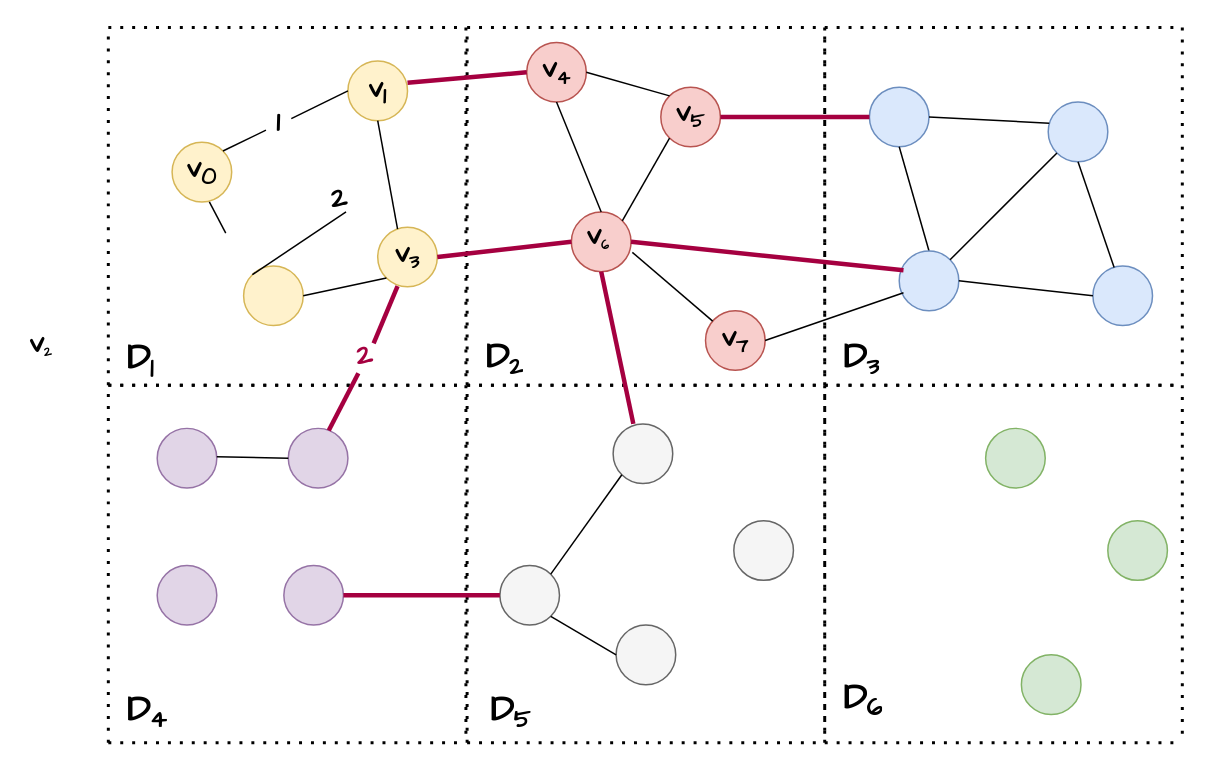
Before: 未命名绘图.drawio in coldbubbletea/World-of-Warcraft--Non-graphical-interface-CPP-game, a draw.io diagram. Source tidied: cells renumbered, new cells numbered last; positions are measured from the earlier drawing's top-left corner, leaving out a move shared by most shapes. Both pictures are drawn from the tidied source at 149%, with x=0, y=0 at pixel (25, 27).
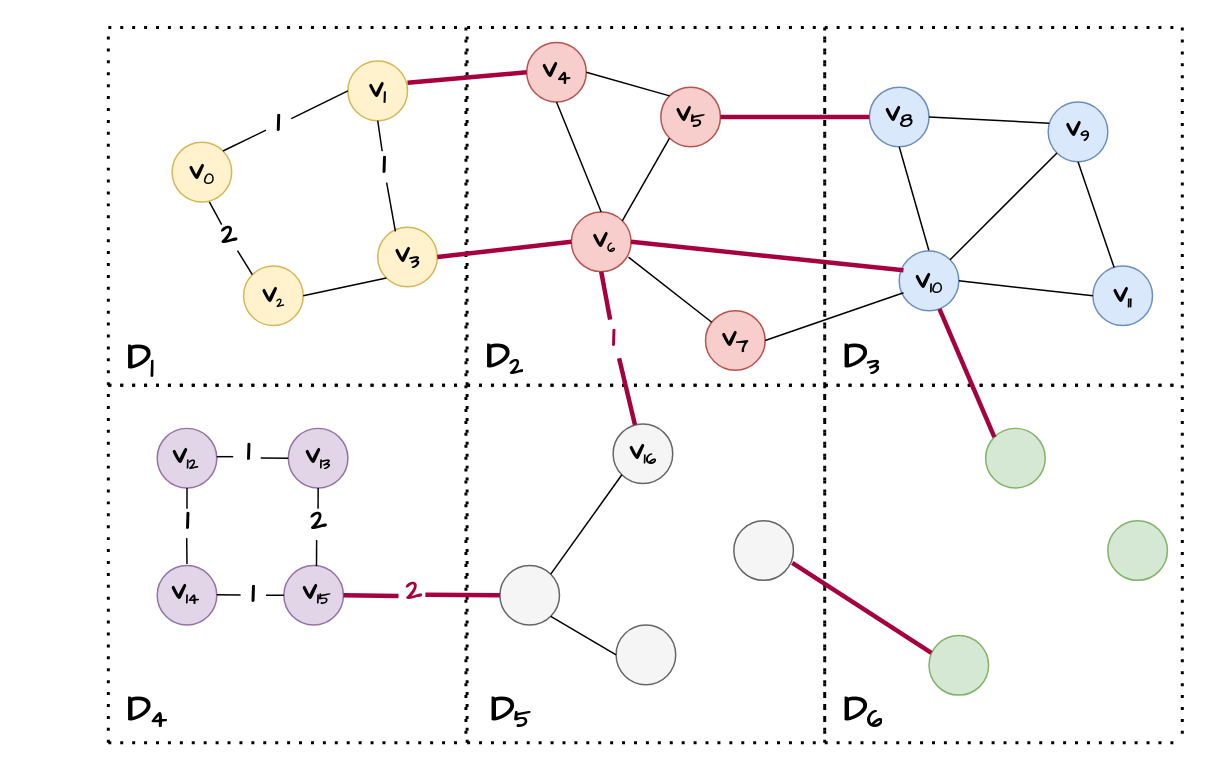
After the change.

Commit message (it also covers changes not shown here):
更新未命名绘图.drawio

Unchanged cells that the change refers to:
```xml
<mxCell id="2" style="ellipse;whiteSpace=wrap;html=1;fillColor=#fff2cc;strokeColor=#d6b656;" parent="1" vertex="1">
  <mxGeometry x="146" y="160" width="40" height="40" as="geometry" />
</mxCell>
<mxCell id="12" style="ellipse;whiteSpace=wrap;html=1;fillColor=#f8cecc;strokeColor=#b85450;" parent="1" vertex="1">
  <mxGeometry x="366" y="123.8" width="40" height="40" as="geometry" />
</mxCell>
<mxCell id="14" style="ellipse;whiteSpace=wrap;html=1;fillColor=#f8cecc;strokeColor=#b85450;" parent="1" vertex="1">
  <mxGeometry x="456" y="190" width="40" height="40" as="geometry" />
</mxCell>
<mxCell id="48" style="ellipse;whiteSpace=wrap;html=1;fillColor=#fff2cc;strokeColor=#d6b656;" parent="1" vertex="1">
  <mxGeometry x="98" y="77" width="40" height="40" as="geometry" />
</mxCell>
<mxCell id="49" style="ellipse;whiteSpace=wrap;html=1;fillColor=#fff2cc;strokeColor=#d6b656;" parent="1" vertex="1">
  <mxGeometry x="216" y="22.5" width="40" height="40" as="geometry" />
</mxCell>
<mxCell id="50" style="ellipse;whiteSpace=wrap;html=1;fillColor=#fff2cc;strokeColor=#d6b656;" parent="1" vertex="1">
  <mxGeometry x="236" y="134" width="40" height="40" as="geometry" />
</mxCell>
<mxCell id="69" style="ellipse;whiteSpace=wrap;html=1;fillColor=#e1d5e7;strokeColor=#9673a6;" parent="1" vertex="1">
  <mxGeometry x="176" y="269" width="40" height="40" as="geometry" />
</mxCell>
<mxCell id="71" style="ellipse;whiteSpace=wrap;html=1;fillColor=#e1d5e7;strokeColor=#9673a6;" parent="1" vertex="1">
  <mxGeometry x="173" y="361" width="40" height="40" as="geometry" />
</mxCell>
<mxCell id="73" style="ellipse;whiteSpace=wrap;html=1;fillColor=#f5f5f5;strokeColor=#666666;fontColor=#333333;" parent="1" vertex="1">
  <mxGeometry x="475" y="331" width="40" height="40" as="geometry" />
</mxCell>
<mxCell id="74" style="ellipse;whiteSpace=wrap;html=1;fillColor=#f5f5f5;strokeColor=#666666;fontColor=#333333;" parent="1" vertex="1">
  <mxGeometry x="394" y="266" width="40" height="40" as="geometry" />
</mxCell>
<mxCell id="76" style="ellipse;whiteSpace=wrap;html=1;fillColor=#f5f5f5;strokeColor=#666666;fontColor=#333333;" parent="1" vertex="1">
  <mxGeometry x="318" y="361" width="40" height="40" as="geometry" />
</mxCell>
<mxCell id="81" style="ellipse;whiteSpace=wrap;html=1;fillColor=#d5e8d4;strokeColor=#82b366;" parent="1" vertex="1">
  <mxGeometry x="644" y="269" width="40" height="40" as="geometry" />
</mxCell>
```

Change to the diagram source:
```diff
@@
-    <mxCell id="17" style="endArrow=none;html=1;rounded=0;entryX=1.022;entryY=0.676;entryDx=0;entryDy=0;entryPerimeter=0;" parent="1" edge="1" source="14" target="12">
+    <mxCell id="17" style="endArrow=none;html=1;rounded=0;entryX=0.957;entryY=0.757;entryDx=0;entryDy=0;entryPerimeter=0;" parent="1" edge="1" source="14" target="12">
       <mxGeometry relative="1" as="geometry" />
     </mxCell>
@@
     <mxCell id="46" value="&lt;h2 style=&quot;&quot;&gt;&lt;font face=&quot;Comic Sans MS&quot;&gt;&lt;font style=&quot;font-size: 19px;&quot;&gt;v&lt;/font&gt;&lt;font size=&quot;1&quot; style=&quot;&quot;&gt;&lt;sub&gt;6&lt;/sub&gt;&lt;/font&gt;&lt;/font&gt;&lt;/h2&gt;" style="text;html=1;strokeColor=none;fillColor=none;align=center;verticalAlign=middle;whiteSpace=wrap;rounded=0;" parent="1" vertex="1">
-      <mxGeometry x="374" y="132.5" width="20" height="17.5" as="geometry" />
+      <mxGeometry x="378" y="134" width="20" height="17.5" as="geometry" />
     </mxCell>
@@
-    <mxCell id="51" style="endArrow=none;html=1;rounded=0;entryX=0.625;entryY=1;entryDx=0;entryDy=0;entryPerimeter=0;" parent="1" edge="1" target="48">
-      <mxGeometry relative="1" as="geometry">
-        <mxPoint x="134" y="138" as="sourcePoint" />
-      </mxGeometry>
+    <mxCell id="51" style="endArrow=none;html=1;rounded=0;entryX=0.625;entryY=1;entryDx=0;entryDy=0;entryPerimeter=0;exitX=0.193;exitY=-0.016;exitDx=0;exitDy=0;exitPerimeter=0;" parent="1" edge="1" source="91" target="48">
+      <mxGeometry relative="1" as="geometry" />
     </mxCell>
@@
-    <mxCell id="53" value="&lt;h2 style=&quot;font-size: 19px;&quot;&gt;&lt;font face=&quot;comic sans ms&quot; style=&quot;font-size: 19px;&quot;&gt;v&lt;sub&gt;0&lt;/sub&gt;&lt;/font&gt;&lt;/h2&gt;" style="text;html=1;strokeColor=none;fillColor=none;align=center;verticalAlign=middle;whiteSpace=wrap;rounded=0;" parent="1" vertex="1">
+    <mxCell id="53" value="&lt;h2 style=&quot;&quot;&gt;&lt;font face=&quot;comic sans ms&quot; style=&quot;font-size: 19px;&quot;&gt;v&lt;/font&gt;&lt;font face=&quot;comic sans ms&quot; style=&quot;font-size: 13.1944px;&quot;&gt;&lt;sub&gt;0&lt;/sub&gt;&lt;/font&gt;&lt;/h2&gt;" style="text;html=1;strokeColor=none;fillColor=none;align=center;verticalAlign=middle;whiteSpace=wrap;rounded=0;" parent="1" vertex="1">
       <mxGeometry x="108" y="88.2" width="20" height="17.5" as="geometry" />
     </mxCell>
     <mxCell id="54" value="&lt;h2 style=&quot;&quot;&gt;&lt;font face=&quot;Comic Sans MS&quot;&gt;&lt;font style=&quot;font-size: 19px;&quot;&gt;v&lt;/font&gt;&lt;font style=&quot;font-size: 10.9953px;&quot;&gt;&lt;sub style=&quot;&quot;&gt;2&lt;/sub&gt;&lt;/font&gt;&lt;/font&gt;&lt;/h2&gt;" style="text;html=1;strokeColor=none;fillColor=none;align=center;verticalAlign=middle;whiteSpace=wrap;rounded=0;" parent="1" vertex="1">
-      <mxGeometry y="204" width="20" height="17.5" as="geometry" />
+      <mxGeometry x="156" y="171.2" width="20" height="17.5" as="geometry" />
     </mxCell>
-    <mxCell id="55" value="&lt;h2 style=&quot;font-size: 19px;&quot;&gt;&lt;font style=&quot;font-size: 19px;&quot;&gt;v&lt;sub style=&quot;&quot;&gt;1&lt;/sub&gt;&lt;/font&gt;&lt;/h2&gt;" style="text;html=1;strokeColor=none;fillColor=none;align=center;verticalAlign=middle;whiteSpace=wrap;rounded=0;fontFamily=Comic Sans MS;" parent="1" vertex="1">
+    <mxCell id="55" value="&lt;h2 style=&quot;&quot;&gt;&lt;font style=&quot;font-size: 19px;&quot;&gt;v&lt;/font&gt;&lt;font style=&quot;font-size: 15.8333px;&quot;&gt;&lt;sub&gt;1&lt;/sub&gt;&lt;/font&gt;&lt;/h2&gt;" style="text;html=1;strokeColor=none;fillColor=none;align=center;verticalAlign=middle;whiteSpace=wrap;rounded=0;fontFamily=Comic Sans MS;" parent="1" vertex="1">
       <mxGeometry x="226" y="33.8" width="20" height="17.5" as="geometry" />
     </mxCell>
@@
     <mxCell id="61" value="&lt;h1&gt;&lt;font face=&quot;Comic Sans MS&quot;&gt;D&lt;span style=&quot;font-size: 20px;&quot;&gt;&lt;sub&gt;6&lt;/sub&gt;&lt;/span&gt;&lt;/font&gt;&lt;/h1&gt;&lt;p&gt;&lt;br&gt;&lt;/p&gt;" style="text;html=1;strokeColor=none;fillColor=none;spacing=5;spacingTop=-20;whiteSpace=wrap;overflow=hidden;rounded=0;" parent="1" vertex="1">
-      <mxGeometry x="544" y="429" width="49" height="44" as="geometry" />
+      <mxGeometry x="544" y="437" width="49" height="44" as="geometry" />
     </mxCell>
@@
-    <mxCell id="65" style="endArrow=none;html=1;rounded=0;entryX=0.5;entryY=1;entryDx=0;entryDy=0;exitX=0.333;exitY=0.032;exitDx=0;exitDy=0;exitPerimeter=0;" parent="1" edge="1" source="50" target="49">
-      <mxGeometry relative="1" as="geometry" />
+    <mxCell id="65" style="endArrow=none;html=1;rounded=0;entryX=0.5;entryY=1;entryDx=0;entryDy=0;" parent="1" edge="1" target="49">
+      <mxGeometry relative="1" as="geometry">
+        <mxPoint x="239" y="83" as="sourcePoint" />
+      </mxGeometry>
     </mxCell>
@@
-    <mxCell id="77" style="endArrow=none;html=1;rounded=0;strokeWidth=3;fillColor=#d80073;strokeColor=#A50040;exitX=0.339;exitY=-0.001;exitDx=0;exitDy=0;exitPerimeter=0;entryX=0.5;entryY=1;entryDx=0;entryDy=0;" parent="1" edge="1" source="74" target="12">
-      <mxGeometry relative="1" as="geometry" />
+    <mxCell id="77" style="endArrow=none;html=1;rounded=0;strokeWidth=3;fillColor=#d80073;strokeColor=#A50040;entryX=0.5;entryY=1;entryDx=0;entryDy=0;" parent="1" edge="1" target="12">
+      <mxGeometry relative="1" as="geometry">
+        <mxPoint x="392" y="196" as="sourcePoint" />
+      </mxGeometry>
     </mxCell>
@@
     <mxCell id="82" style="ellipse;whiteSpace=wrap;html=1;fillColor=#d5e8d4;strokeColor=#82b366;" parent="1" vertex="1">
-      <mxGeometry x="668" y="421" width="40" height="40" as="geometry" />
+      <mxGeometry x="606" y="408" width="40" height="40" as="geometry" />
     </mxCell>
@@
-    <mxCell id="84" style="endArrow=none;html=1;rounded=0;exitX=1;exitY=0.5;exitDx=0;exitDy=0;strokeWidth=3;fillColor=#d80073;strokeColor=#A50040;entryX=0;entryY=0.5;entryDx=0;entryDy=0;" parent="1" edge="1" source="71" target="76">
+    <mxCell id="84" style="endArrow=none;html=1;rounded=0;exitX=1;exitY=0.5;exitDx=0;exitDy=0;strokeWidth=3;fillColor=#d80073;strokeColor=#A50040;entryX=0.041;entryY=0.625;entryDx=0;entryDy=0;entryPerimeter=0;" parent="1" edge="1" source="71" target="89">
       <mxGeometry relative="1" as="geometry" />
     </mxCell>
@@
-    <mxCell id="86" style="endArrow=none;html=1;rounded=0;entryX=1;entryY=0.5;entryDx=0;entryDy=0;exitX=0;exitY=0.5;exitDx=0;exitDy=0;" parent="1" edge="1" source="69">
+    <mxCell id="86" style="endArrow=none;html=1;rounded=0;entryX=1;entryY=0.5;entryDx=0;entryDy=0;" parent="1" edge="1">
       <mxGeometry relative="1" as="geometry">
+        <mxPoint x="139" y="288" as="sourcePoint" />
         <mxPoint x="128" y="288" as="targetPoint" />
       </mxGeometry>
     </mxCell>
@@
-    <mxCell id="88" style="endArrow=none;html=1;rounded=0;exitX=0.678;exitY=0.035;exitDx=0;exitDy=0;strokeWidth=3;fillColor=#d80073;strokeColor=#A50040;exitPerimeter=0;" parent="1" edge="1" source="69">
-      <mxGeometry relative="1" as="geometry">
-        <mxPoint x="223" y="232" as="targetPoint" />
-      </mxGeometry>
-    </mxCell>
-    <mxCell id="89" value="&lt;font color=&quot;#a50040&quot; style=&quot;font-size: 19px;&quot; face=&quot;Comic Sans MS&quot;&gt;&lt;b&gt;2&lt;/b&gt;&lt;/font&gt;" style="text;html=1;strokeColor=none;fillColor=none;align=center;verticalAlign=middle;whiteSpace=wrap;rounded=0;" parent="1" vertex="1">
-      <mxGeometry x="216" y="212" width="23" height="18" as="geometry" />
-    </mxCell>
-    <mxCell id="90" style="endArrow=none;html=1;rounded=0;exitX=0.75;exitY=0;exitDx=0;exitDy=0;strokeWidth=3;fillColor=#d80073;strokeColor=#A50040;entryX=0.333;entryY=0.988;entryDx=0;entryDy=0;entryPerimeter=0;" parent="1" edge="1" source="89" target="50">
-      <mxGeometry relative="1" as="geometry" />
-    </mxCell>
     <mxCell id="91" value="&lt;font size=&quot;1&quot; face=&quot;Comic Sans MS&quot;&gt;&lt;b style=&quot;font-size: 19px;&quot;&gt;2&lt;/b&gt;&lt;/font&gt;" style="text;html=1;strokeColor=none;fillColor=none;align=center;verticalAlign=middle;whiteSpace=wrap;rounded=0;" parent="1" vertex="1">
-      <mxGeometry x="202" y="109.2" width="17" height="14.5" as="geometry" />
+      <mxGeometry x="128" y="132.5" width="17" height="14.5" as="geometry" />
     </mxCell>
-    <mxCell id="92" style="endArrow=none;html=1;rounded=0;exitX=0.75;exitY=1;exitDx=0;exitDy=0;entryX=0;entryY=0;entryDx=0;entryDy=0;" parent="1" edge="1" source="91" target="2">
+    <mxCell id="92" style="endArrow=none;html=1;rounded=0;exitX=0.815;exitY=1.183;exitDx=0;exitDy=0;entryX=0;entryY=0;entryDx=0;entryDy=0;exitPerimeter=0;" parent="1" edge="1" source="91" target="2">
       <mxGeometry relative="1" as="geometry" />
     </mxCell>
+    <mxCell id="93" style="endArrow=none;html=1;rounded=0;entryX=0.5;entryY=1;entryDx=0;entryDy=0;exitX=0.499;exitY=-0.146;exitDx=0;exitDy=0;exitPerimeter=0;" parent="1" edge="1" source="94" target="69">
+      <mxGeometry relative="1" as="geometry" />
+    </mxCell>
+    <mxCell id="94" value="&lt;font size=&quot;1&quot; face=&quot;Comic Sans MS&quot;&gt;&lt;b style=&quot;font-size: 19px;&quot;&gt;2&lt;/b&gt;&lt;/font&gt;" style="text;html=1;strokeColor=none;fillColor=none;align=center;verticalAlign=middle;whiteSpace=wrap;rounded=0;" parent="1" vertex="1">
+      <mxGeometry x="187.5" y="325" width="17" height="14.5" as="geometry" />
+    </mxCell>
+    <mxCell id="95" style="endArrow=none;html=1;rounded=0;exitX=0.548;exitY=0.01;exitDx=0;exitDy=0;exitPerimeter=0;" parent="1" edge="1" source="71">
+      <mxGeometry relative="1" as="geometry">
+        <mxPoint x="195" y="344" as="targetPoint" />
+      </mxGeometry>
+    </mxCell>
+    <mxCell id="96" value="&lt;font size=&quot;1&quot; face=&quot;Comic Sans MS&quot;&gt;&lt;b style=&quot;font-size: 19px;&quot;&gt;1&lt;/b&gt;&lt;/font&gt;" style="text;html=1;strokeColor=none;fillColor=none;align=center;verticalAlign=middle;whiteSpace=wrap;rounded=0;" parent="1" vertex="1">
+      <mxGeometry x="141" y="278.8" width="17" height="14.5" as="geometry" />
+    </mxCell>
+    <mxCell id="97" style="endArrow=none;html=1;rounded=0;entryX=1;entryY=0.5;entryDx=0;entryDy=0;" parent="1" edge="1" source="99">
+      <mxGeometry relative="1" as="geometry">
+        <mxPoint x="128" y="380.6" as="targetPoint" />
+      </mxGeometry>
+    </mxCell>
+    <mxCell id="98" style="endArrow=none;html=1;rounded=0;entryX=1;entryY=0.5;entryDx=0;entryDy=0;exitX=0;exitY=0.5;exitDx=0;exitDy=0;" parent="1" edge="1" source="71" target="99">
+      <mxGeometry relative="1" as="geometry" />
+    </mxCell>
+    <mxCell id="99" value="&lt;font size=&quot;1&quot; face=&quot;Comic Sans MS&quot;&gt;&lt;b style=&quot;font-size: 19px;&quot;&gt;1&lt;/b&gt;&lt;/font&gt;" style="text;html=1;strokeColor=none;fillColor=none;align=center;verticalAlign=middle;whiteSpace=wrap;rounded=0;" parent="1" vertex="1">
+      <mxGeometry x="144" y="373.8" width="17" height="14.5" as="geometry" />
+    </mxCell>
+    <mxCell id="100" value="&lt;h2 style=&quot;&quot;&gt;&lt;font style=&quot;font-size: 19px;&quot;&gt;v&lt;/font&gt;&lt;font style=&quot;font-size: 15.8333px;&quot;&gt;&lt;sub&gt;8&lt;/sub&gt;&lt;/font&gt;&lt;/h2&gt;" style="text;html=1;strokeColor=none;fillColor=none;align=center;verticalAlign=middle;whiteSpace=wrap;rounded=0;fontFamily=Comic Sans MS;" parent="1" vertex="1">
+      <mxGeometry x="576" y="50" width="20" height="17.5" as="geometry" />
+    </mxCell>
+    <mxCell id="101" value="&lt;h2 style=&quot;&quot;&gt;&lt;font style=&quot;font-size: 19px;&quot;&gt;v&lt;/font&gt;&lt;font style=&quot;font-size: 13.1944px;&quot;&gt;&lt;sub&gt;9&lt;/sub&gt;&lt;/font&gt;&lt;/h2&gt;" style="text;html=1;strokeColor=none;fillColor=none;align=center;verticalAlign=middle;whiteSpace=wrap;rounded=0;fontFamily=Comic Sans MS;" parent="1" vertex="1">
+      <mxGeometry x="696" y="59.5" width="20" height="17.5" as="geometry" />
+    </mxCell>
+    <mxCell id="102" value="&lt;h2 style=&quot;&quot;&gt;&lt;font style=&quot;font-size: 19px;&quot;&gt;v&lt;/font&gt;&lt;font style=&quot;font-size: 13.1944px;&quot;&gt;&lt;sub&gt;10&lt;/sub&gt;&lt;/font&gt;&lt;/h2&gt;" style="text;html=1;strokeColor=none;fillColor=none;align=center;verticalAlign=middle;whiteSpace=wrap;rounded=0;fontFamily=Comic Sans MS;" parent="1" vertex="1">
+      <mxGeometry x="596" y="161.2" width="20" height="17.5" as="geometry" />
+    </mxCell>
+    <mxCell id="103" value="&lt;h2 style=&quot;&quot;&gt;&lt;font style=&quot;font-size: 19px;&quot;&gt;v&lt;/font&gt;&lt;font style=&quot;font-size: 13.1944px;&quot;&gt;&lt;sub&gt;11&lt;/sub&gt;&lt;/font&gt;&lt;/h2&gt;" style="text;html=1;strokeColor=none;fillColor=none;align=center;verticalAlign=middle;whiteSpace=wrap;rounded=0;fontFamily=Comic Sans MS;" parent="1" vertex="1">
+      <mxGeometry x="726" y="171.2" width="20" height="17.5" as="geometry" />
+    </mxCell>
+    <mxCell id="89" value="&lt;font color=&quot;#a50040&quot; style=&quot;font-size: 19px;&quot; face=&quot;Comic Sans MS&quot;&gt;&lt;b&gt;2&lt;/b&gt;&lt;/font&gt;" style="text;html=1;strokeColor=none;fillColor=none;align=center;verticalAlign=middle;whiteSpace=wrap;rounded=0;" parent="1" vertex="1">
+      <mxGeometry x="249" y="370.2" width="23" height="18" as="geometry" />
+    </mxCell>
+    <mxCell id="104" style="endArrow=none;html=1;rounded=0;exitX=1;exitY=0.5;exitDx=0;exitDy=0;strokeWidth=3;fillColor=#d80073;strokeColor=#A50040;entryX=0;entryY=0.5;entryDx=0;entryDy=0;" parent="1" edge="1" target="76">
+      <mxGeometry relative="1" as="geometry">
+        <mxPoint x="268" y="380.6" as="sourcePoint" />
+      </mxGeometry>
+    </mxCell>
+    <mxCell id="105" style="endArrow=none;html=1;rounded=0;strokeWidth=3;fillColor=#d80073;strokeColor=#A50040;exitX=0.039;exitY=0.293;exitDx=0;exitDy=0;exitPerimeter=0;entryX=0.981;entryY=0.707;entryDx=0;entryDy=0;entryPerimeter=0;" parent="1" edge="1" source="82" target="73">
+      <mxGeometry relative="1" as="geometry" />
+    </mxCell>
+    <mxCell id="106" style="endArrow=none;html=1;rounded=0;strokeWidth=3;fillColor=#d80073;strokeColor=#A50040;exitX=0;exitY=0;exitDx=0;exitDy=0;entryX=0.5;entryY=1;entryDx=0;entryDy=0;" parent="1" edge="1" source="81">
+      <mxGeometry relative="1" as="geometry">
+        <mxPoint x="613" y="188.8" as="targetPoint" />
+      </mxGeometry>
+    </mxCell>
+    <mxCell id="107" style="endArrow=none;html=1;rounded=0;entryX=0.488;entryY=1.218;entryDx=0;entryDy=0;entryPerimeter=0;" parent="1" edge="1" target="109">
+      <mxGeometry relative="1" as="geometry">
+        <mxPoint x="108" y="360" as="sourcePoint" />
+      </mxGeometry>
+    </mxCell>
+    <mxCell id="108" style="endArrow=none;html=1;rounded=0;entryX=0.97;entryY=0.694;entryDx=0;entryDy=0;entryPerimeter=0;" parent="1" edge="1" target="96">
+      <mxGeometry relative="1" as="geometry">
+        <mxPoint x="176" y="289" as="sourcePoint" />
+      </mxGeometry>
+    </mxCell>
+    <mxCell id="109" value="&lt;font size=&quot;1&quot; face=&quot;Comic Sans MS&quot;&gt;&lt;b style=&quot;font-size: 19px;&quot;&gt;1&lt;/b&gt;&lt;/font&gt;" style="text;html=1;strokeColor=none;fillColor=none;align=center;verticalAlign=middle;whiteSpace=wrap;rounded=0;" parent="1" vertex="1">
+      <mxGeometry x="99.5" y="325" width="17" height="14.5" as="geometry" />
+    </mxCell>
+    <mxCell id="110" style="endArrow=none;html=1;rounded=0;entryX=0.5;entryY=1;entryDx=0;entryDy=0;exitX=0.499;exitY=-0.146;exitDx=0;exitDy=0;exitPerimeter=0;" parent="1" edge="1">
+      <mxGeometry relative="1" as="geometry">
+        <mxPoint x="108" y="323" as="sourcePoint" />
+        <mxPoint x="108" y="309" as="targetPoint" />
+      </mxGeometry>
+    </mxCell>
+    <mxCell id="111" value="&lt;h2 style=&quot;&quot;&gt;&lt;font style=&quot;font-size: 19px;&quot;&gt;v&lt;/font&gt;&lt;font style=&quot;font-size: 13.1944px;&quot;&gt;&lt;sub&gt;12&lt;/sub&gt;&lt;/font&gt;&lt;/h2&gt;" style="text;html=1;strokeColor=none;fillColor=none;align=center;verticalAlign=middle;whiteSpace=wrap;rounded=0;fontFamily=Comic Sans MS;" parent="1" vertex="1">
+      <mxGeometry x="96.5" y="278.8" width="20" height="17.5" as="geometry" />
+    </mxCell>
+    <mxCell id="112" value="&lt;h2 style=&quot;&quot;&gt;&lt;font style=&quot;font-size: 19px;&quot;&gt;v&lt;/font&gt;&lt;font style=&quot;font-size: 13.1944px;&quot;&gt;&lt;sub&gt;13&lt;/sub&gt;&lt;/font&gt;&lt;/h2&gt;" style="text;html=1;strokeColor=none;fillColor=none;align=center;verticalAlign=middle;whiteSpace=wrap;rounded=0;fontFamily=Comic Sans MS;" parent="1" vertex="1">
+      <mxGeometry x="186" y="278.8" width="20" height="17.5" as="geometry" />
+    </mxCell>
+    <mxCell id="113" value="&lt;h2 style=&quot;&quot;&gt;&lt;font style=&quot;font-size: 19px;&quot;&gt;v&lt;/font&gt;&lt;font style=&quot;font-size: 13.1944px;&quot;&gt;&lt;sub&gt;14&lt;/sub&gt;&lt;/font&gt;&lt;/h2&gt;" style="text;html=1;strokeColor=none;fillColor=none;align=center;verticalAlign=middle;whiteSpace=wrap;rounded=0;fontFamily=Comic Sans MS;" parent="1" vertex="1">
+      <mxGeometry x="96.5" y="370.5" width="20" height="17.5" as="geometry" />
+    </mxCell>
+    <mxCell id="114" value="&lt;h2 style=&quot;&quot;&gt;&lt;font style=&quot;font-size: 19px;&quot;&gt;v&lt;/font&gt;&lt;font style=&quot;font-size: 13.1944px;&quot;&gt;&lt;sub&gt;15&lt;/sub&gt;&lt;/font&gt;&lt;/h2&gt;" style="text;html=1;strokeColor=none;fillColor=none;align=center;verticalAlign=middle;whiteSpace=wrap;rounded=0;fontFamily=Comic Sans MS;" parent="1" vertex="1">
+      <mxGeometry x="184.5" y="370.2" width="20" height="17.5" as="geometry" />
+    </mxCell>
+    <mxCell id="115" value="&lt;h2 style=&quot;&quot;&gt;&lt;font style=&quot;font-size: 19px;&quot;&gt;v&lt;/font&gt;&lt;font style=&quot;font-size: 13.1944px;&quot;&gt;&lt;sub&gt;16&lt;/sub&gt;&lt;/font&gt;&lt;/h2&gt;" style="text;html=1;strokeColor=none;fillColor=none;align=center;verticalAlign=middle;whiteSpace=wrap;rounded=0;fontFamily=Comic Sans MS;" parent="1" vertex="1">
+      <mxGeometry x="404" y="275.8" width="20" height="17.5" as="geometry" />
+    </mxCell>
+    <mxCell id="116" value="&lt;font color=&quot;#a50040&quot; style=&quot;font-size: 19px;&quot; face=&quot;Comic Sans MS&quot;&gt;&lt;b&gt;1&lt;/b&gt;&lt;/font&gt;" style="text;html=1;strokeColor=none;fillColor=none;align=center;verticalAlign=middle;whiteSpace=wrap;rounded=0;" parent="1" vertex="1">
+      <mxGeometry x="383" y="200" width="23" height="18" as="geometry" />
+    </mxCell>
+    <mxCell id="117" style="endArrow=none;html=1;rounded=0;strokeWidth=3;fillColor=#d80073;strokeColor=#A50040;entryX=0.5;entryY=1;entryDx=0;entryDy=0;exitX=0.366;exitY=0.015;exitDx=0;exitDy=0;exitPerimeter=0;" parent="1" edge="1" source="74">
+      <mxGeometry relative="1" as="geometry">
+        <mxPoint x="398" y="222" as="targetPoint" />
+      </mxGeometry>
+    </mxCell>
+    <mxCell id="118" value="&lt;font size=&quot;1&quot; face=&quot;Comic Sans MS&quot;&gt;&lt;b style=&quot;font-size: 19px;&quot;&gt;1&lt;/b&gt;&lt;/font&gt;" style="text;html=1;strokeColor=none;fillColor=none;align=center;verticalAlign=middle;whiteSpace=wrap;rounded=0;" parent="1" vertex="1">
+      <mxGeometry x="232" y="86" width="17" height="14.5" as="geometry" />
+    </mxCell>
+    <mxCell id="119" style="endArrow=none;html=1;rounded=0;exitX=0.297;exitY=0.069;exitDx=0;exitDy=0;exitPerimeter=0;" parent="1" edge="1" source="50">
+      <mxGeometry relative="1" as="geometry">
+        <mxPoint x="242" y="104" as="targetPoint" />
+      </mxGeometry>
+    </mxCell>
```
